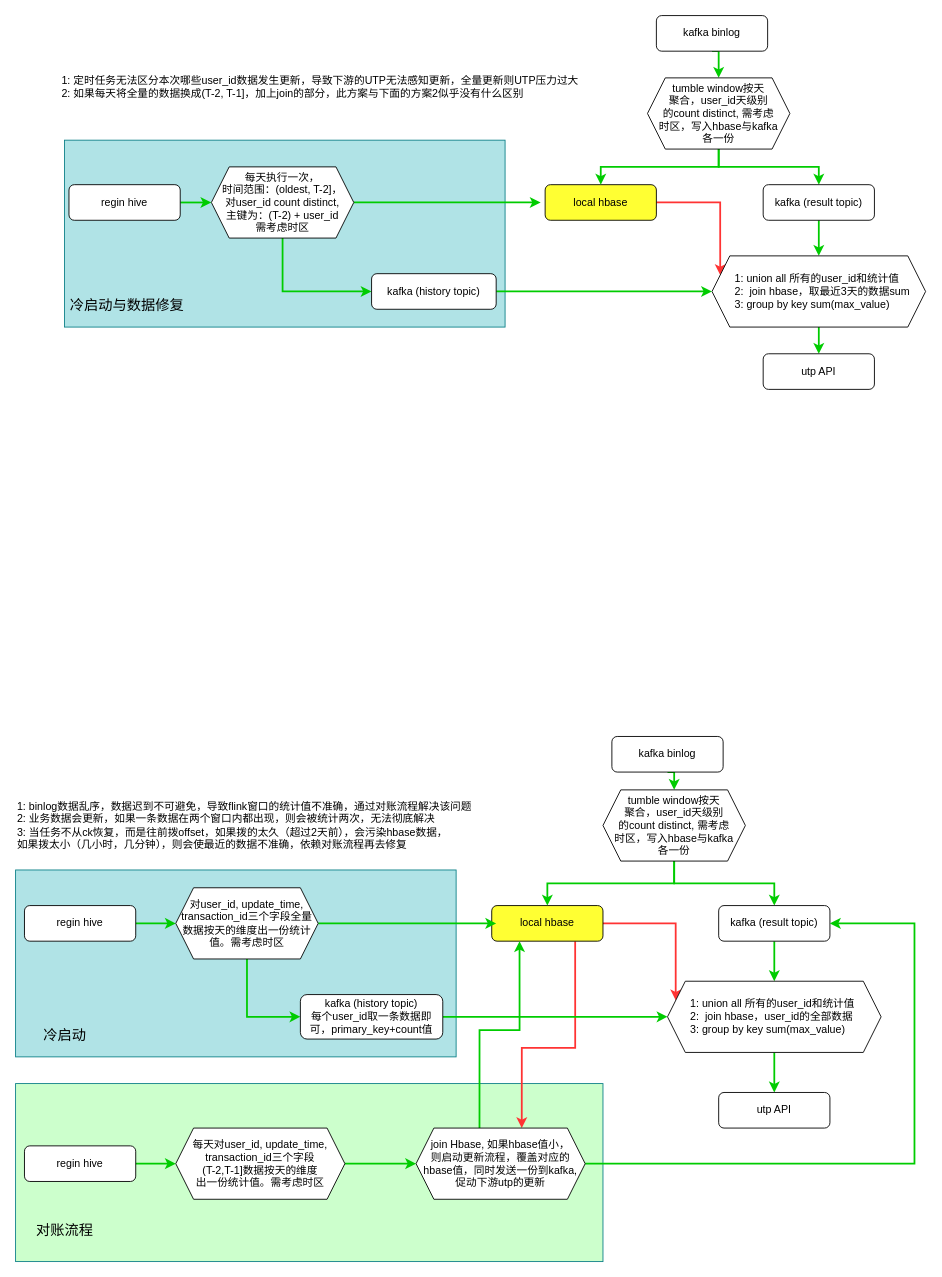
Earlier version of the draw.io diagram 未命名绘图.drawio (LadyTao/flink-study). Source tidied: cells renumbered, new cells numbered last; positions are measured from the earlier drawing's top-left corner, leaving out a move shared by most shapes. Both pictures are drawn from the tidied source at 89%, with x=0, y=0 at pixel (15, 15).
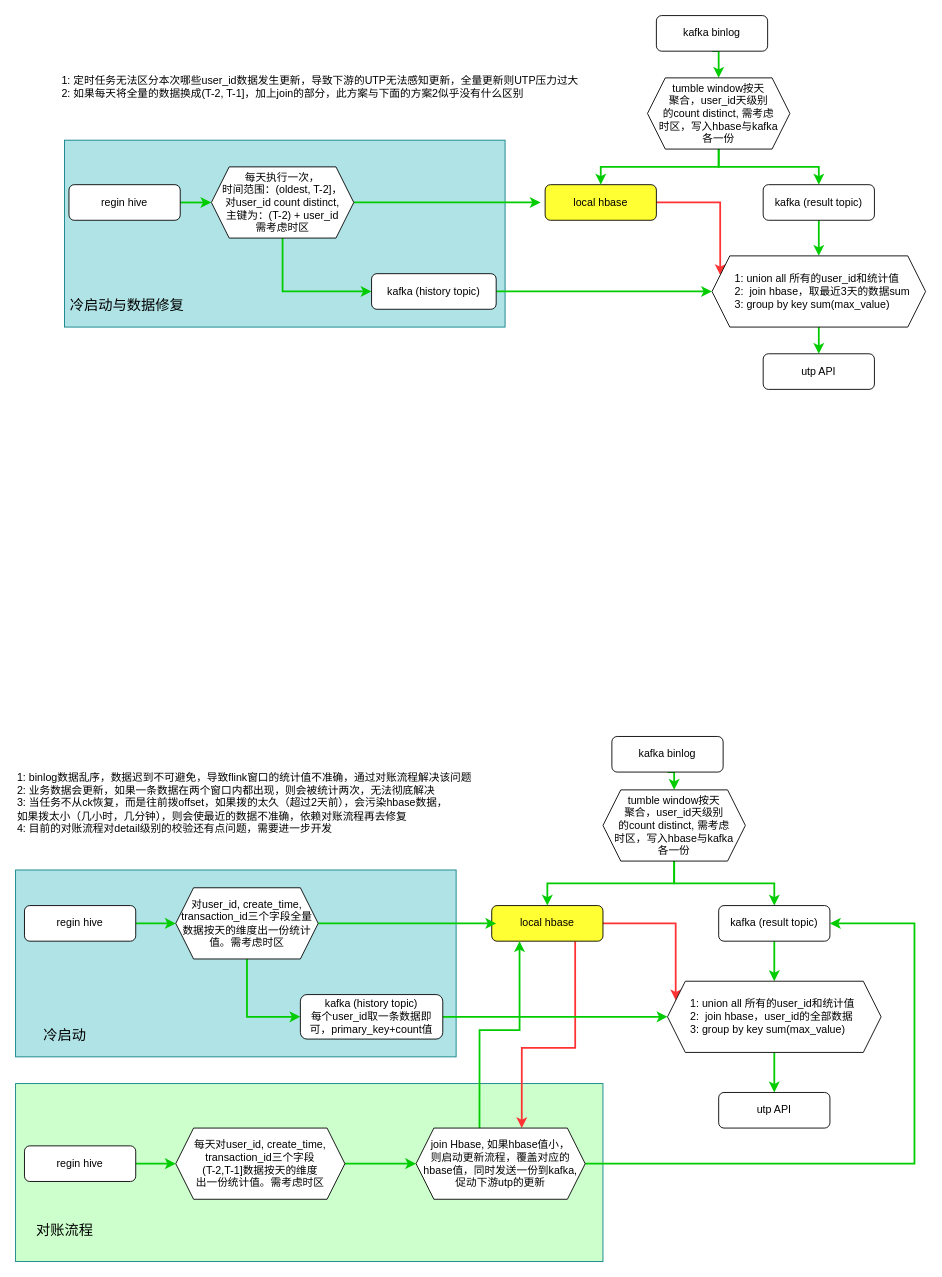
The same page after the edit.

Commit message:
更新未命名绘图.drawio

Diff of the diagram source:
```diff
@@
-    <mxCell id="35" value="对user_id, update_time, transaction_id三个字段全量数据按天的维度出一份统计值。需考虑时区" style="shape=hexagon;perimeter=hexagonPerimeter2;whiteSpace=wrap;html=1;fixedSize=1;" parent="1" vertex="1">
+    <mxCell id="35" value="对user_id, create_time, transaction_id三个字段全量数据按天的维度出一份统计值。需考虑时区" style="shape=hexagon;perimeter=hexagonPerimeter2;whiteSpace=wrap;html=1;fixedSize=1;" parent="1" vertex="1">
       <mxGeometry x="180" y="980" width="160" height="80" as="geometry" />
     </mxCell>
@@
-    <mxCell id="50" value="每天对user_id, update_time, transaction_id三个字段&lt;br&gt;(T-2,T-1]数据按天的维度&lt;br&gt;出一份统计值。需考虑时区" style="shape=hexagon;perimeter=hexagonPerimeter2;whiteSpace=wrap;html=1;fixedSize=1;" parent="1" vertex="1">
+    <mxCell id="50" value="每天对user_id, create_time, transaction_id三个字段&lt;br&gt;(T-2,T-1]数据按天的维度&lt;br&gt;出一份统计值。需考虑时区" style="shape=hexagon;perimeter=hexagonPerimeter2;whiteSpace=wrap;html=1;fixedSize=1;" parent="1" vertex="1">
       <mxGeometry x="180" y="1250" width="190" height="80" as="geometry" />
     </mxCell>
@@
-    <mxCell id="55" value="1: binlog数据乱序，数据迟到不可避免，导致flink窗口的统计值不准确，通过对账流程解决该问题&lt;br&gt;2: 业务数据会更新，如果一条数据在两个窗口内都出现，则会被统计两次，无法彻底解决&lt;br&gt;3: 当任务不从ck恢复，而是往前拨offset，如果拨的太久（超过2天前），会污染hbase数据，&lt;br&gt;如果拨太小（几小时，几分钟），则会使最近的数据不准确，依赖对账流程再去修复" style="text;html=1;align=left;verticalAlign=middle;fillColor=none;strokeColor=none;rounded=0;fontSize=12;" parent="1" vertex="1">
-      <mxGeometry y="875" width="530" height="70" as="geometry" />
+    <mxCell id="55" value="1: binlog数据乱序，数据迟到不可避免，导致flink窗口的统计值不准确，通过对账流程解决该问题&lt;br&gt;2: 业务数据会更新，如果一条数据在两个窗口内都出现，则会被统计两次，无法彻底解决&lt;br&gt;3: 当任务不从ck恢复，而是往前拨offset，如果拨的太久（超过2天前），会污染hbase数据，&lt;br&gt;如果拨太小（几小时，几分钟），则会使最近的数据不准确，依赖对账流程再去修复&lt;br&gt;4: 目前的对账流程对detail级别的校验还有点问题，需要进一步开发" style="text;html=1;align=left;verticalAlign=middle;fillColor=none;strokeColor=none;rounded=0;fontSize=12;" parent="1" vertex="1">
+      <mxGeometry y="840" width="530" height="90" as="geometry" />
     </mxCell>
```
